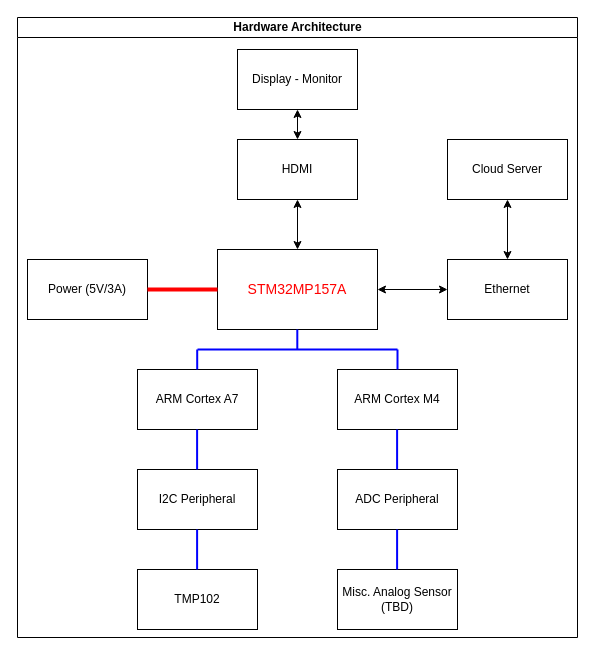
Above: block-diagrams/hw_arch.drawio in cu-ecen-5013/final-project-atharvanan1 (draw.io), before the change. Source tidied: cells renumbered, new cells numbered last; positions are measured from the earlier drawing's top-left corner, leaving out a move shared by most shapes. Both pictures are drawn from the tidied source at 100%, with x=0, y=0 at pixel (17, 17). Pictures stored in the file or linked from it are replaced by grey dashed boxes.
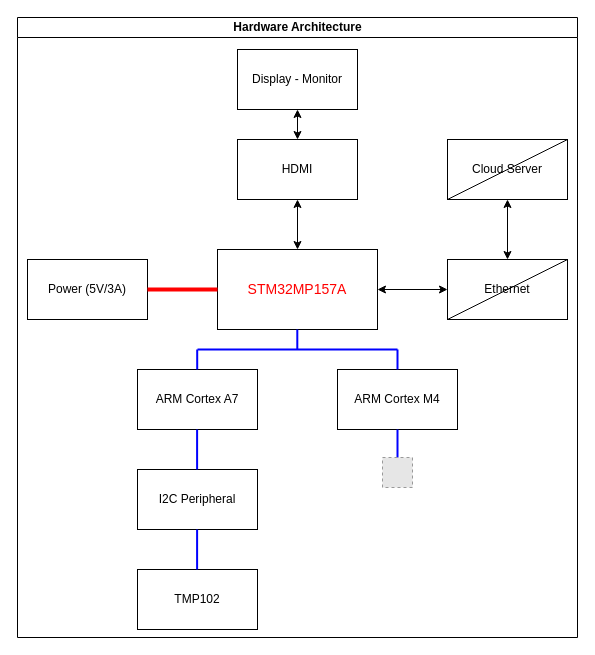
The same diagram, later.

Commit message:
Updated hw_arch block diagram

Unchanged cells that the change refers to:
```xml
<mxCell id="2" value="Hardware Architecture" style="swimlane;html=1;startSize=20;horizontal=1;containerType=tree;glass=0;" parent="1" vertex="1">
  <mxGeometry width="560" height="620" as="geometry" />
</mxCell>
<mxCell id="5" value="ARM Cortex M4" style="rounded=0;whiteSpace=wrap;html=1;" parent="2" vertex="1">
  <mxGeometry x="320" y="352" width="120" height="60" as="geometry" />
</mxCell>
<mxCell id="13" value="Ethernet" style="rounded=0;whiteSpace=wrap;html=1;" parent="2" vertex="1">
  <mxGeometry x="430" y="242" width="120" height="60" as="geometry" />
</mxCell>
```

Change to the diagram source:
```diff
@@
-    <mxCell id="7" value="ADC Peripheral" style="rounded=0;whiteSpace=wrap;html=1;" parent="2" vertex="1">
-      <mxGeometry x="320" y="452" width="120" height="60" as="geometry" />
-    </mxCell>
@@
-    <mxCell id="9" value="Misc. Analog Sensor (TBD)" style="rounded=0;whiteSpace=wrap;html=1;" parent="2" vertex="1">
-      <mxGeometry x="320" y="552" width="120" height="60" as="geometry" />
-    </mxCell>
@@
-    <mxCell id="22" style="endArrow=none;html=1;strokeColor=#0000FF;strokeWidth=2;" parent="2" edge="1">
-      <mxGeometry relative="1" as="geometry">
-        <mxPoint x="379.6" y="452" as="sourcePoint" />
-        <mxPoint x="379.6" y="412" as="targetPoint" />
-      </mxGeometry>
-    </mxCell>
@@
-    <mxCell id="24" style="endArrow=none;html=1;strokeColor=#0000FF;strokeWidth=2;" parent="2" edge="1">
+    <mxCell id="24" style="endArrow=none;html=1;strokeColor=#0000FF;strokeWidth=2;exitX=0.5;exitY=1;exitDx=0;exitDy=0;" parent="2" edge="1" source="5">
       <mxGeometry relative="1" as="geometry">
-        <mxPoint x="379.6" y="552" as="sourcePoint" />
-        <mxPoint x="379.6" y="512" as="targetPoint" />
+        <mxPoint x="380" y="460" as="targetPoint" />
       </mxGeometry>
     </mxCell>
@@
+    <mxCell id="28" style="fillColor=#E6E6E6;strokeColor=#999999;dashed=1;html=1;verticalAlign=top;verticalLabelPosition=bottom;labelBackgroundColor=#ffffff;" parent="2" vertex="1">
+      <mxGeometry x="365" y="440" width="30" height="30" as="geometry" />
+    </mxCell>
+    <mxCell id="29" style="endArrow=none;html=1;exitX=0;exitY=1;exitDx=0;exitDy=0;entryX=1;entryY=0;entryDx=0;entryDy=0;" parent="2" edge="1" source="13" target="13">
+      <mxGeometry relative="1" as="geometry" />
+    </mxCell>
+    <mxCell id="30" style="endArrow=none;html=1;exitX=0;exitY=1;exitDx=0;exitDy=0;entryX=1;entryY=0;entryDx=0;entryDy=0;" parent="2" edge="1">
+      <mxGeometry relative="1" as="geometry">
+        <mxPoint x="430" y="182" as="sourcePoint" />
+        <mxPoint x="550" y="122" as="targetPoint" />
+      </mxGeometry>
+    </mxCell>
```
